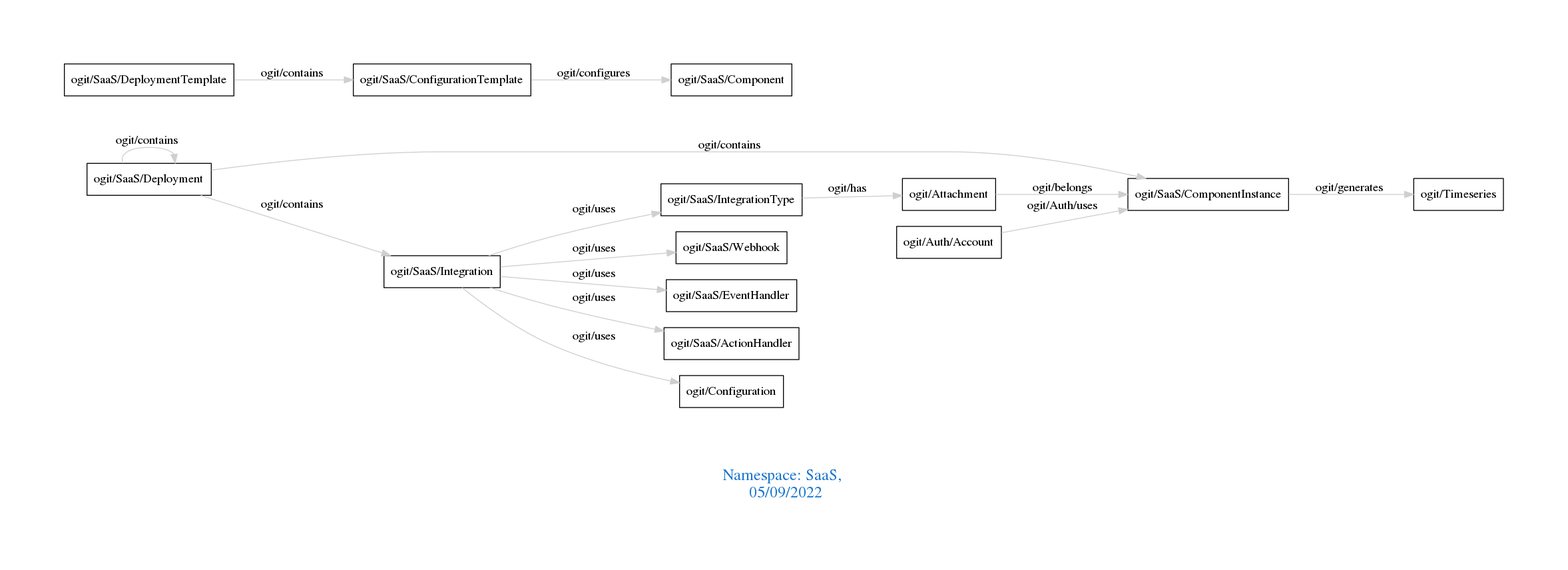
Above: downloads/SaaS.png in arago/OGIT (Graphviz), before the change. Its source is kept beside it as downloads/SaaS.dot.
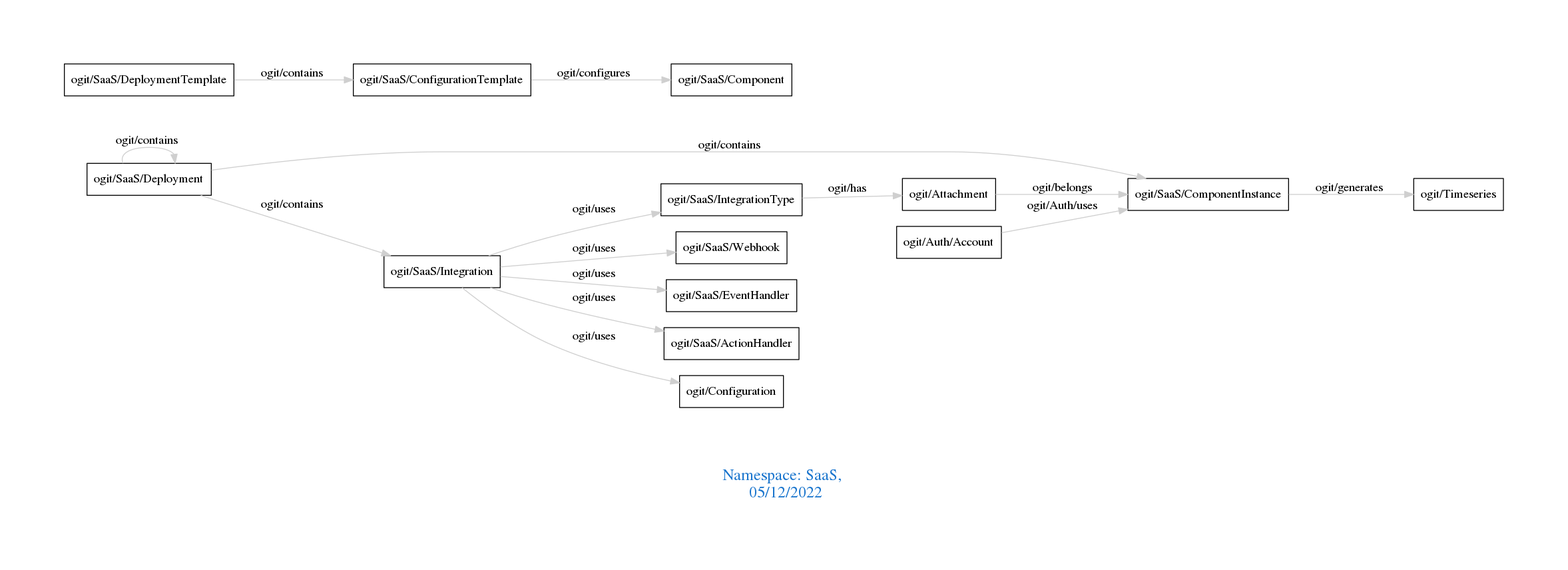
Later version of the same file.

The edit, as a diff of the source:
```diff
@@ -1,7 +1,7 @@
 digraph OGIT_ontology {
  graph [ rankdir= LR,pad=1
 fontsize = 18,
-fontcolor= dodgerblue3,label = "\n\n\nNamespace: SaaS, \n 05/09/2022"];
+fontcolor= dodgerblue3,label = "\n\n\nNamespace: SaaS, \n 05/12/2022"];
 node[shape=polygon];
 edge [  color="gray81"];
 
```
